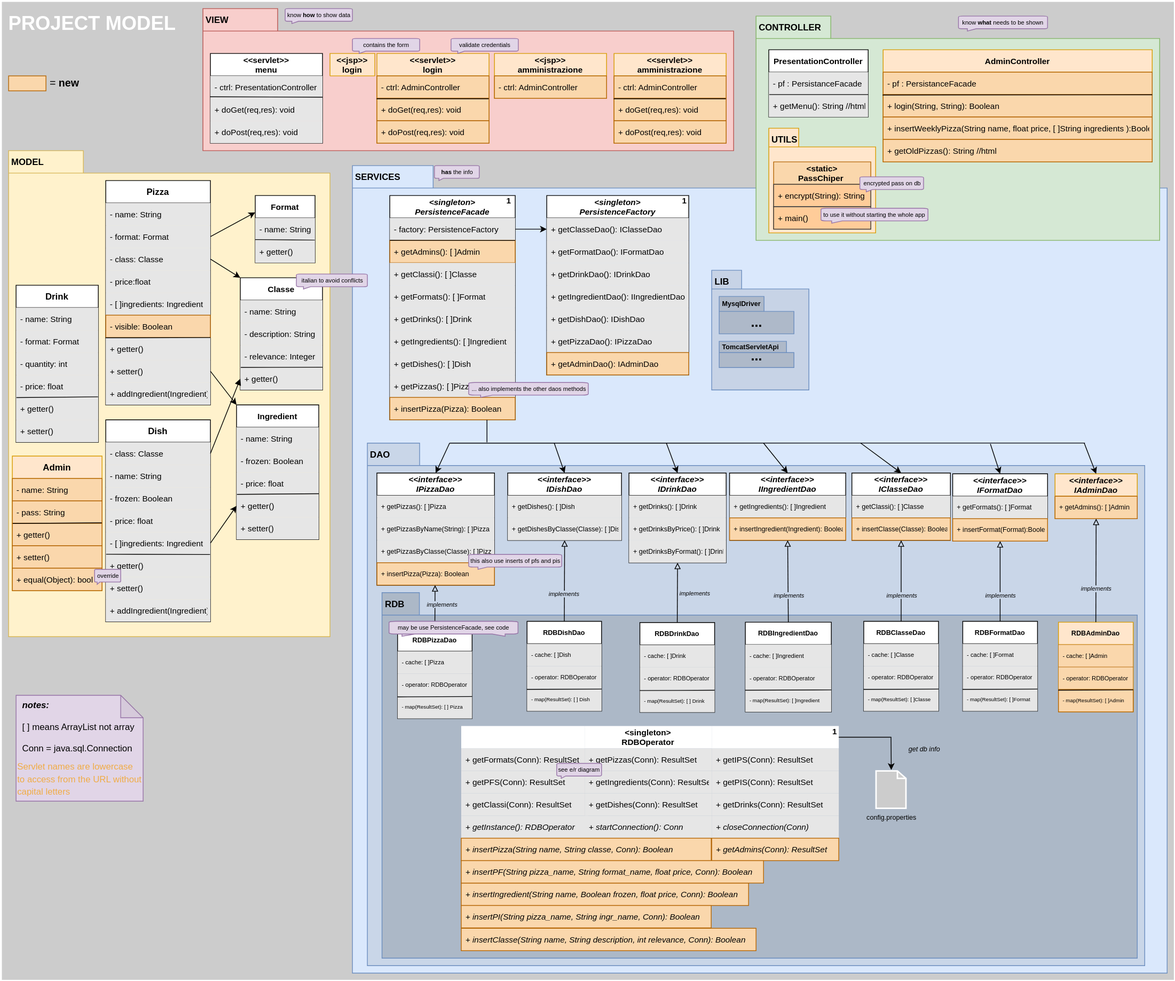
Before: doc/assets/2projectModel.drawio.svg, a diagram exported from draw.io (omismone/strapizzami). Source tidied: cells renumbered, new cells last; positions are measured from the earlier drawing's top-left corner, leaving out a move shared by most shapes.
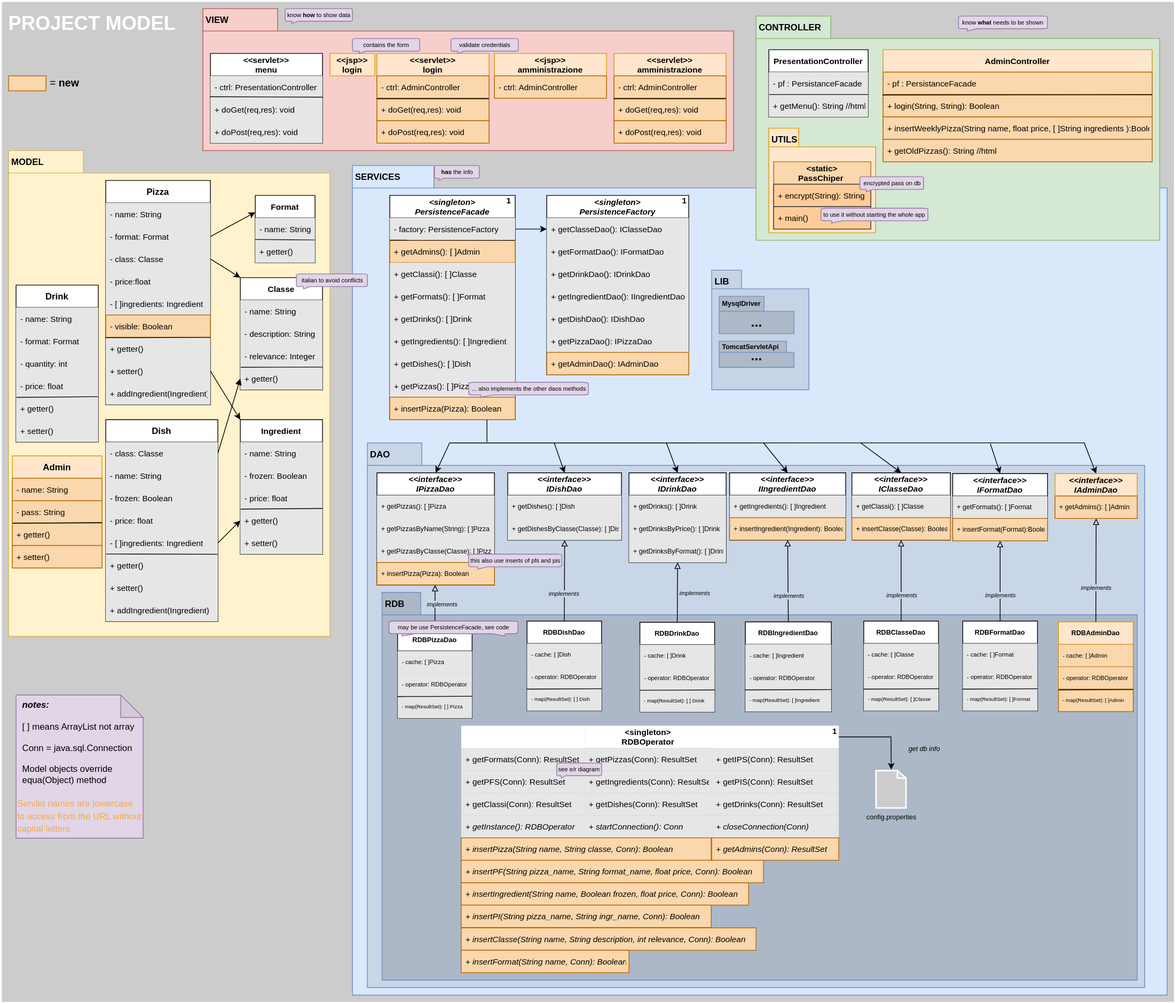
After the commit.

Change to the diagram source:
```diff
@@ -3,7 +3,7 @@
     <mxCell id="0" />
     <mxCell id="1" parent="0" />
     <mxCell id="2" value="PROJECT MODEL" style="rounded=0;whiteSpace=wrap;html=1;labelBackgroundColor=none;fontSize=26;strokeWidth=2;fillColor=#CCCCCC;strokeColor=#FFFFFF;verticalAlign=top;align=left;fontColor=#FFFFFF;fontStyle=1;spacingLeft=8;spacingTop=8;labelBorderColor=none;" parent="1" vertex="1">
-      <mxGeometry width="1570" height="1310" as="geometry" />
+      <mxGeometry width="1570" height="1340" as="geometry" />
     </mxCell>
     <mxCell id="3" value="MODEL" style="shape=folder;fontStyle=1;spacingTop=2;tabWidth=100;tabHeight=30;tabPosition=left;html=1;verticalAlign=top;align=left;horizontal=1;labelPosition=center;verticalLabelPosition=middle;fontSize=12;spacingLeft=2;fillColor=#fff2cc;strokeColor=#d6b656;" parent="1" vertex="1">
       <mxGeometry x="10" y="200" width="430" height="650" as="geometry" />
@@ -74,7 +74,7 @@
       <mxGeometry relative="1" as="geometry" />
     </mxCell>
     <mxCell id="25" value="Ingredient" style="swimlane;fontStyle=1;horizontal=1;startSize=30;fontSize=11;" parent="1" vertex="1">
-      <mxGeometry x="315" y="540" width="110" height="180" as="geometry" />
+      <mxGeometry x="320" y="560" width="110" height="180" as="geometry" />
     </mxCell>
     <mxCell id="26" value="- name: String" style="text;strokeColor=none;fillColor=#E6E6E6;align=left;verticalAlign=middle;spacingLeft=4;spacingRight=4;overflow=hidden;fontSize=11;" parent="25" vertex="1">
       <mxGeometry y="30" width="110" height="30" as="geometry" />
@@ -128,7 +128,7 @@
       <mxGeometry relative="1" as="geometry" />
     </mxCell>
     <mxCell id="43" value="SERVICES" style="shape=folder;fontStyle=1;spacingTop=2;tabWidth=100;tabHeight=30;tabPosition=left;html=1;verticalAlign=top;align=left;horizontal=1;labelPosition=center;verticalLabelPosition=middle;fontSize=12;spacingLeft=2;fillColor=#dae8fc;strokeColor=#6c8ebf;" parent="1" vertex="1">
-      <mxGeometry x="470" y="220" width="1090" height="1080" as="geometry" />
+      <mxGeometry x="470" y="220" width="1090" height="1110" as="geometry" />
     </mxCell>
     <mxCell id="44" value="&lt;singleton&gt;&#10;PersistenceFacade" style="swimlane;fontStyle=3;horizontal=1;startSize=30;fontSize=11;" parent="1" vertex="1">
       <mxGeometry x="520" y="260" width="167.8" height="300" as="geometry" />
@@ -164,7 +164,7 @@
       <mxGeometry relative="1" as="geometry" />
     </mxCell>
     <mxCell id="55" value="DAO" style="shape=folder;fontStyle=1;spacingTop=2;tabWidth=40;tabHeight=30;tabPosition=left;html=1;verticalAlign=top;align=left;horizontal=1;labelPosition=center;verticalLabelPosition=middle;fontSize=12;spacingLeft=2;fillColor=#C9D6E8;strokeColor=#6c8ebf;" parent="1" vertex="1">
-      <mxGeometry x="490" y="591.1" width="1040" height="698.9" as="geometry" />
+      <mxGeometry x="490" y="591.1" width="1040" height="728.9" as="geometry" />
     </mxCell>
     <mxCell id="56" value="&lt;&lt;interface&gt;&gt;&#10;IPizzaDao" style="swimlane;fontStyle=3;horizontal=1;startSize=30;fontSize=11;" parent="1" vertex="1">
       <mxGeometry x="502.8" y="631.1" width="157.2" height="150" as="geometry" />
@@ -182,7 +182,7 @@
       <mxGeometry y="120" width="157.2" height="30" as="geometry" />
     </mxCell>
     <mxCell id="61" value="RDB" style="shape=folder;fontStyle=1;spacingTop=2;tabWidth=50;tabHeight=30;tabPosition=left;html=1;verticalAlign=top;align=left;horizontal=1;labelPosition=center;verticalLabelPosition=middle;fontSize=12;spacingLeft=2;fillColor=#ACB8C7;strokeColor=#6c8ebf;" parent="1" vertex="1">
-      <mxGeometry x="509.6" y="791.1" width="1010.4" height="488.9" as="geometry" />
+      <mxGeometry x="509.6" y="791.1" width="1010.4" height="518.9" as="geometry" />
     </mxCell>
     <mxCell id="62" value="RDBPizzaDao" style="swimlane;fontStyle=1;horizontal=1;startSize=30;fontSize=9;" parent="1" vertex="1">
       <mxGeometry x="530.4" y="839.5" width="99.7" height="120" as="geometry" />
@@ -212,31 +212,31 @@
       <mxGeometry y="90" width="170" height="30" as="geometry" />
     </mxCell>
     <mxCell id="71" value="Dish" style="swimlane;fontStyle=1;horizontal=1;startSize=30;fontSize=12;" parent="1" vertex="1">
-      <mxGeometry x="140" y="560" width="140" height="270" as="geometry" />
+      <mxGeometry x="140" y="560" width="150" height="270" as="geometry" />
     </mxCell>
     <mxCell id="72" value="- class: Classe" style="text;strokeColor=none;fillColor=#E6E6E6;align=left;verticalAlign=middle;spacingLeft=4;spacingRight=4;overflow=hidden;points=[[0,0.5],[1,0.5]];portConstraint=eastwest;fontSize=11;" parent="71" vertex="1">
-      <mxGeometry y="30" width="140" height="30" as="geometry" />
+      <mxGeometry y="30" width="150" height="30" as="geometry" />
     </mxCell>
     <mxCell id="73" value="- name: String" style="text;strokeColor=none;fillColor=#E6E6E6;align=left;verticalAlign=middle;spacingLeft=4;spacingRight=4;overflow=hidden;fontSize=11;" parent="71" vertex="1">
-      <mxGeometry y="60" width="140" height="30" as="geometry" />
+      <mxGeometry y="60" width="150" height="30" as="geometry" />
     </mxCell>
     <mxCell id="74" value="- frozen: Boolean" style="text;strokeColor=none;fillColor=#E6E6E6;align=left;verticalAlign=middle;spacingLeft=4;spacingRight=4;overflow=hidden;fontSize=11;" parent="71" vertex="1">
-      <mxGeometry y="90" width="140" height="30" as="geometry" />
+      <mxGeometry y="90" width="150" height="30" as="geometry" />
     </mxCell>
     <mxCell id="75" value="- price: float" style="text;strokeColor=none;fillColor=#E6E6E6;align=left;verticalAlign=middle;spacingLeft=4;spacingRight=4;overflow=hidden;fontSize=11;" parent="71" vertex="1">
-      <mxGeometry y="120" width="140" height="30" as="geometry" />
+      <mxGeometry y="120" width="150" height="30" as="geometry" />
     </mxCell>
     <mxCell id="76" value="- [ ]ingredients: Ingredient" style="text;strokeColor=none;fillColor=#E6E6E6;align=left;verticalAlign=middle;spacingLeft=4;spacingRight=4;overflow=hidden;points=[[0,0.5],[1,0.5]];portConstraint=eastwest;fontSize=11;" parent="71" vertex="1">
-      <mxGeometry y="150" width="140" height="30" as="geometry" />
+      <mxGeometry y="150" width="150" height="30" as="geometry" />
     </mxCell>
     <mxCell id="77" value="+ getter()" style="text;strokeColor=none;fillColor=#E6E6E6;align=left;verticalAlign=middle;spacingLeft=4;spacingRight=4;overflow=hidden;points=[[0,0.5],[1,0.5]];portConstraint=eastwest;fontSize=11;" parent="71" vertex="1">
-      <mxGeometry y="180" width="140" height="30" as="geometry" />
+      <mxGeometry y="180" width="150" height="30" as="geometry" />
     </mxCell>
     <mxCell id="78" value="+ setter()" style="text;strokeColor=none;fillColor=#E6E6E6;align=left;verticalAlign=middle;spacingLeft=4;spacingRight=4;overflow=hidden;fontSize=11;" parent="71" vertex="1">
-      <mxGeometry y="210" width="140" height="30" as="geometry" />
+      <mxGeometry y="210" width="150" height="30" as="geometry" />
     </mxCell>
     <mxCell id="79" value="+ addIngredient(Ingredient)" style="text;strokeColor=none;fillColor=#E6E6E6;align=left;verticalAlign=middle;spacingLeft=4;spacingRight=4;overflow=hidden;fontSize=11;" parent="71" vertex="1">
-      <mxGeometry y="240" width="140" height="30" as="geometry" />
+      <mxGeometry y="240" width="150" height="30" as="geometry" />
     </mxCell>
     <mxCell id="80" style="endArrow=none;html=1;rounded=0;fontSize=11;exitX=0.004;exitY=-0.008;exitDx=0;exitDy=0;exitPerimeter=0;entryX=0.996;entryY=1.005;entryDx=0;entryDy=0;entryPerimeter=0;" parent="71" edge="1" source="77" target="76">
       <mxGeometry relative="1" as="geometry" />
@@ -448,8 +448,8 @@
     <mxCell id="147" value="italian to avoid conflicts" style="html=1;verticalLabelPosition=middle;align=center;labelBackgroundColor=none;verticalAlign=middle;strokeWidth=1;strokeColor=#9673a6;shadow=0;dashed=0;shape=mxgraph.ios7.icons.message;labelBorderColor=none;fontSize=8;direction=east;flipH=1;labelPosition=center;spacingTop=-3;fillColor=#e1d5e7;" parent="1" vertex="1">
       <mxGeometry x="395" y="365" width="95" height="20" as="geometry" />
     </mxCell>
-    <mxCell id="148" value="&lt;i&gt;&lt;b&gt;&amp;nbsp; notes:&lt;/b&gt;&lt;br&gt;&lt;/i&gt;&lt;br&gt;&amp;nbsp; [ ] means ArrayList not array&lt;br&gt;&lt;br&gt;&amp;nbsp; Conn = java.sql.Connection&lt;br&gt;&lt;br&gt;" style="shape=note;whiteSpace=wrap;html=1;backgroundOutline=1;darkOpacity=0.05;fillColor=#e1d5e7;strokeColor=#9673a6;align=left;verticalAlign=top;" parent="1" vertex="1">
-      <mxGeometry x="20" y="928.4" width="170" height="141.6" as="geometry" />
+    <mxCell id="148" value="&lt;i&gt;&lt;b&gt;&amp;nbsp; notes:&lt;/b&gt;&lt;br&gt;&lt;/i&gt;&lt;br&gt;&amp;nbsp; [ ] means ArrayList not array&lt;br&gt;&lt;br&gt;&amp;nbsp; Conn = java.sql.Connection&lt;br&gt;&amp;nbsp;&amp;nbsp;&lt;br&gt;&amp;nbsp; Model objects override&amp;nbsp; &amp;nbsp; &amp;nbsp; &amp;nbsp; &amp;nbsp; &amp;nbsp; &amp;nbsp; equa(Object) method&lt;br&gt;" style="shape=note;whiteSpace=wrap;html=1;backgroundOutline=1;darkOpacity=0.05;fillColor=#e1d5e7;strokeColor=#9673a6;align=left;verticalAlign=top;" parent="1" vertex="1">
+      <mxGeometry x="20" y="928.4" width="170" height="191.6" as="geometry" />
     </mxCell>
     <mxCell id="149" style="endArrow=block;html=1;rounded=0;labelBackgroundColor=none;fontSize=8;fontColor=default;strokeColor=default;exitX=0.5;exitY=0;exitDx=0;exitDy=0;endFill=0;entryX=0.5;entryY=1;entryDx=0;entryDy=0;" parent="1" edge="1" source="109" target="106">
       <mxGeometry relative="1" as="geometry" />
@@ -650,7 +650,7 @@
       <mxGeometry x="601.9" y="50" width="90" height="20" as="geometry" />
     </mxCell>
     <mxCell id="205" value="Admin" style="swimlane;fontStyle=1;horizontal=1;startSize=30;fontSize=12;fillColor=#ffe6cc;strokeColor=#d79b00;" parent="1" vertex="1">
-      <mxGeometry x="15" y="608.4" width="120" height="180" as="geometry" />
+      <mxGeometry x="15" y="608.4" width="120" height="150" as="geometry" />
     </mxCell>
     <mxCell id="206" value="- name: String" style="text;strokeColor=#b46504;fillColor=#fad7ac;align=left;verticalAlign=middle;spacingLeft=4;spacingRight=4;overflow=hidden;fontSize=11;" parent="205" vertex="1">
       <mxGeometry y="30" width="120" height="30" as="geometry" />
@@ -664,15 +664,9 @@
     <mxCell id="209" value="+ setter()" style="text;strokeColor=#b46504;fillColor=#fad7ac;align=left;verticalAlign=middle;spacingLeft=4;spacingRight=4;overflow=hidden;fontSize=11;" parent="205" vertex="1">
       <mxGeometry y="120" width="120" height="30" as="geometry" />
     </mxCell>
-    <mxCell id="210" value="+ equal(Object): bool  " style="text;strokeColor=#b46504;fillColor=#fad7ac;align=left;verticalAlign=middle;spacingLeft=4;spacingRight=4;overflow=hidden;fontSize=11;fontStyle=0;" parent="205" vertex="1">
-      <mxGeometry y="150" width="120" height="30" as="geometry" />
-    </mxCell>
     <mxCell id="211" style="endArrow=none;html=1;rounded=0;fontSize=11;exitX=0.005;exitY=0.007;exitDx=0;exitDy=0;exitPerimeter=0;entryX=0.997;entryY=-0.025;entryDx=0;entryDy=0;entryPerimeter=0;" parent="205" edge="1" source="208" target="208">
       <mxGeometry relative="1" as="geometry" />
     </mxCell>
-    <mxCell id="212" value="override" style="html=1;verticalLabelPosition=middle;align=center;labelBackgroundColor=none;verticalAlign=middle;strokeWidth=1;strokeColor=#9673a6;shadow=0;dashed=0;shape=mxgraph.ios7.icons.message;labelBorderColor=none;fontSize=8;direction=east;flipH=1;labelPosition=center;spacingTop=-3;fillColor=#e1d5e7;" parent="1" vertex="1">
-      <mxGeometry x="125" y="760" width="35" height="20" as="geometry" />
-    </mxCell>
     <mxCell id="213" style="rounded=0;whiteSpace=wrap;html=1;fillColor=#fad7ac;strokeColor=#b46504;fontStyle=1;fontSize=14;" parent="1" vertex="1">
       <mxGeometry x="10" y="100" width="50" height="20" as="geometry" />
     </mxCell>
@@ -698,7 +692,7 @@
       <mxGeometry relative="1" as="geometry" />
     </mxCell>
     <mxCell id="221" value="&lt;span style=&quot;font-size: 12px;&quot;&gt;Servlet names are lowercase to access from the URL without capital letters&lt;/span&gt;" style="text;html=1;strokeColor=none;fillColor=none;align=left;verticalAlign=middle;whiteSpace=wrap;rounded=0;fontSize=14;fontColor=#F0AC46;labelBorderColor=none;labelBackgroundColor=none;" parent="1" vertex="1">
-      <mxGeometry x="20" y="1010" width="170" height="60" as="geometry" />
+      <mxGeometry x="20" y="1059.5" width="170" height="60" as="geometry" />
     </mxCell>
     <mxCell id="222" value="&lt;&lt;servlet&gt;&gt;&#10;amministrazione" style="swimlane;fontStyle=1;horizontal=1;startSize=30;fontSize=11;fillColor=#ffe6cc;strokeColor=#d79b00;" parent="1" vertex="1">
       <mxGeometry x="820" y="70" width="150" height="120" as="geometry" />
@@ -788,5 +782,8 @@
     <mxCell id="249" value="this also use inserts of pfs and pis" style="html=1;verticalLabelPosition=middle;align=center;labelBackgroundColor=none;verticalAlign=middle;strokeWidth=1;strokeColor=#9673a6;shadow=0;dashed=0;shape=mxgraph.ios7.icons.message;labelBorderColor=none;fontSize=8;direction=east;flipH=1;labelPosition=center;spacingTop=-3;fillColor=#e1d5e7;" parent="1" vertex="1">
       <mxGeometry x="625.5" y="740" width="124.5" height="20" as="geometry" />
     </mxCell>
+    <mxCell id="250" value="+ insertFormat(String name, Conn): Boolean" style="text;strokeColor=#b46504;fillColor=#fad7ac;align=left;verticalAlign=middle;spacingLeft=4;spacingRight=4;overflow=hidden;fontSize=11;fontStyle=2;" parent="1" vertex="1">
+      <mxGeometry x="615.5" y="1270" width="224.4" height="30" as="geometry" />
+    </mxCell>
   </root>
 </mxGraphModel>
```
